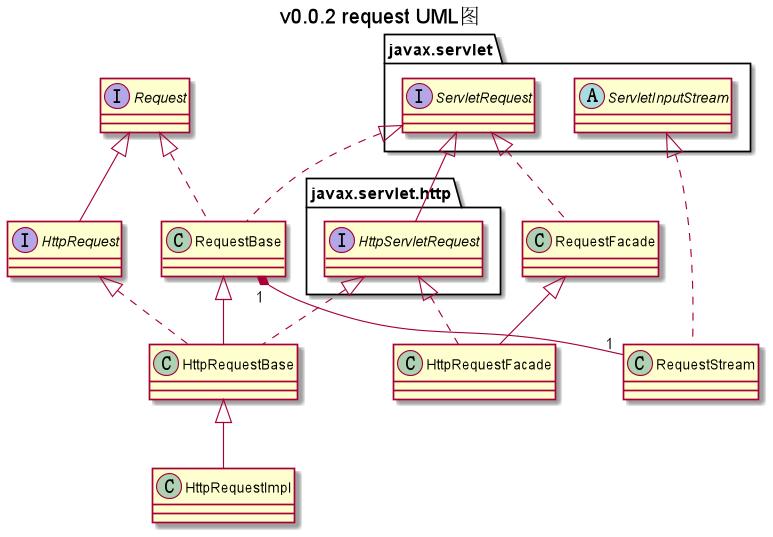
Executioner2/http-server keeps this PlantUML diagram as uml/v0.0.2/request.png. Above is the earlier version.
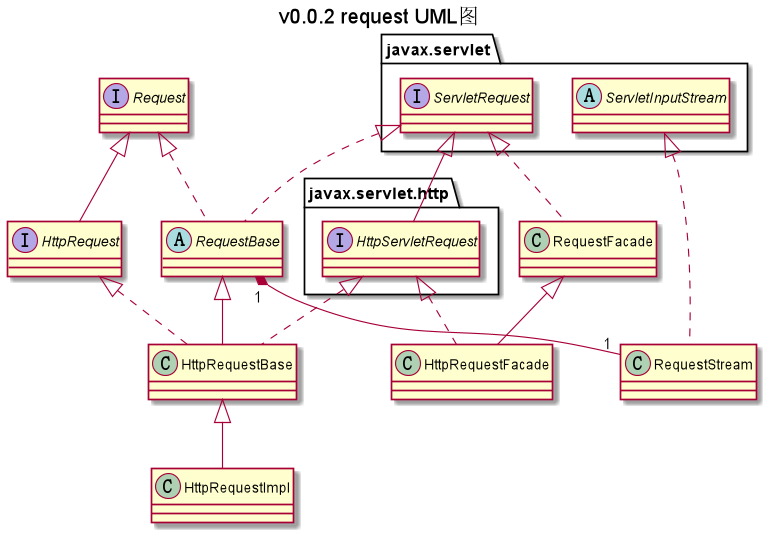
Above is the later version.

The edit, as a diff of the source:
```diff
@@ -6,7 +6,7 @@
 interface javax.servlet.http.HttpServletRequest
 interface HttpRequest
 abstract class javax.servlet.ServletInputStream
-class RequestBase
+abstract class RequestBase
 class HttpRequestBase
 class HttpRequestImpl
 class HttpRequestFacade
```
